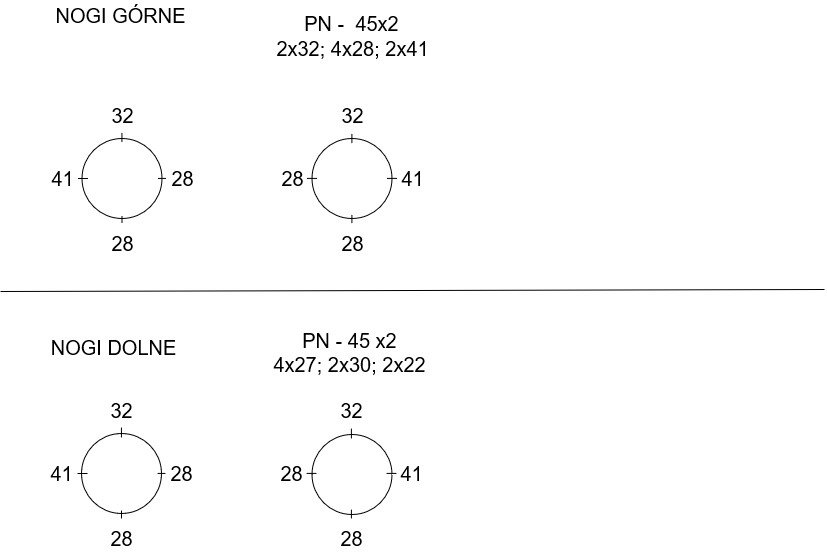
The draw.io diagram Diagram bez tytułu5.png in adamski83/sklep, before a commit. Source tidied: cells renumbered, new cells last; positions are measured from the earlier drawing's top-left corner, leaving out a move shared by most shapes.
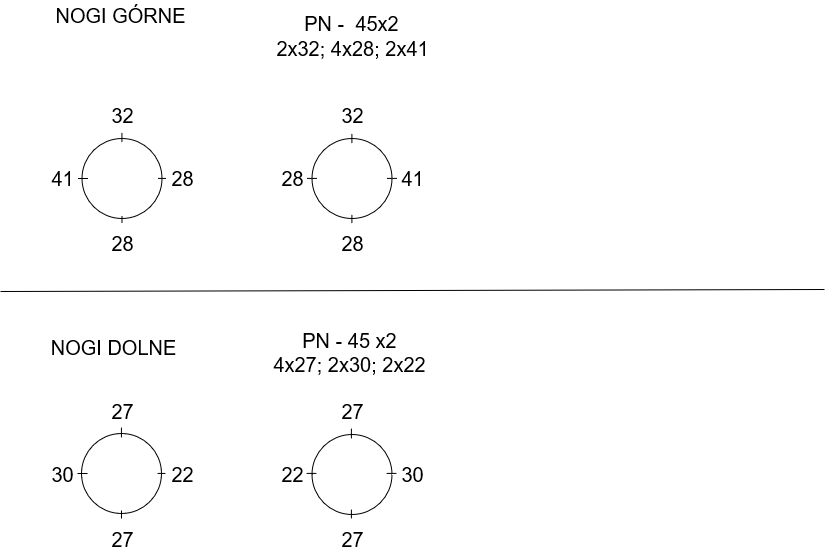
The same file after the commit.

Diff of the diagram source:
```diff
@@ -98,32 +98,32 @@
     <mxCell id="24" style="ellipse;whiteSpace=wrap;html=1;rounded=0;sketch=0;strokeColor=#000000;strokeWidth=1;fillColor=none;fontSize=20;" parent="1" vertex="1">
       <mxGeometry x="81" y="433" width="80" height="80" as="geometry" />
     </mxCell>
-    <mxCell id="25" value="41" style="text;html=1;align=center;verticalAlign=middle;fontSize=20;" parent="1" vertex="1">
-      <mxGeometry x="41" y="458" width="40" height="30" as="geometry" />
+    <mxCell id="25" value="30" style="text;html=1;align=center;verticalAlign=middle;fontSize=20;" parent="1" vertex="1">
+      <mxGeometry x="45" y="459" width="33" height="29" as="geometry" />
     </mxCell>
-    <mxCell id="26" value="28" style="text;html=1;align=center;verticalAlign=middle;fontSize=20;" parent="1" vertex="1">
-      <mxGeometry x="161" y="458" width="40" height="30" as="geometry" />
+    <mxCell id="26" value="22" style="text;html=1;align=center;verticalAlign=middle;fontSize=20;" parent="1" vertex="1">
+      <mxGeometry x="165" y="459" width="33" height="29" as="geometry" />
     </mxCell>
-    <mxCell id="27" value="28" style="text;html=1;align=center;verticalAlign=middle;fontSize=20;" parent="1" vertex="1">
-      <mxGeometry x="101" y="523" width="40" height="30" as="geometry" />
+    <mxCell id="27" value="27" style="text;html=1;align=center;verticalAlign=middle;fontSize=20;" parent="1" vertex="1">
+      <mxGeometry x="105" y="524" width="33" height="29" as="geometry" />
     </mxCell>
-    <mxCell id="28" value="32" style="text;html=1;align=center;verticalAlign=middle;fontSize=20;" parent="1" vertex="1">
-      <mxGeometry x="101" y="395" width="40" height="30" as="geometry" />
+    <mxCell id="28" value="27" style="text;html=1;align=center;verticalAlign=middle;fontSize=20;" parent="1" vertex="1">
+      <mxGeometry x="105" y="396" width="33" height="29" as="geometry" />
     </mxCell>
     <mxCell id="29" style="ellipse;whiteSpace=wrap;html=1;rounded=0;sketch=0;strokeColor=#000000;strokeWidth=1;fillColor=none;fontSize=20;" parent="1" vertex="1">
       <mxGeometry x="311.5" y="434" width="80" height="80" as="geometry" />
     </mxCell>
-    <mxCell id="30" value="41" style="text;html=1;align=center;verticalAlign=middle;fontSize=20;" parent="1" vertex="1">
-      <mxGeometry x="391" y="458" width="40" height="30" as="geometry" />
+    <mxCell id="30" value="30" style="text;html=1;align=center;verticalAlign=middle;fontSize=20;" parent="1" vertex="1">
+      <mxGeometry x="395" y="459" width="33" height="29" as="geometry" />
     </mxCell>
-    <mxCell id="31" value="28" style="text;html=1;align=center;verticalAlign=middle;fontSize=20;" parent="1" vertex="1">
-      <mxGeometry x="271" y="458" width="40" height="30" as="geometry" />
+    <mxCell id="31" value="22" style="text;html=1;align=center;verticalAlign=middle;fontSize=20;" parent="1" vertex="1">
+      <mxGeometry x="275" y="459" width="33" height="29" as="geometry" />
     </mxCell>
-    <mxCell id="32" value="28" style="text;html=1;align=center;verticalAlign=middle;fontSize=20;" parent="1" vertex="1">
-      <mxGeometry x="331" y="523" width="40" height="30" as="geometry" />
+    <mxCell id="32" value="27" style="text;html=1;align=center;verticalAlign=middle;fontSize=20;" parent="1" vertex="1">
+      <mxGeometry x="335" y="524" width="33" height="29" as="geometry" />
     </mxCell>
-    <mxCell id="33" value="32" style="text;html=1;align=center;verticalAlign=middle;fontSize=20;" parent="1" vertex="1">
-      <mxGeometry x="331" y="395" width="40" height="30" as="geometry" />
+    <mxCell id="33" value="27" style="text;html=1;align=center;verticalAlign=middle;fontSize=20;" parent="1" vertex="1">
+      <mxGeometry x="335" y="396" width="33" height="29" as="geometry" />
     </mxCell>
     <mxCell id="34" style="endArrow=none;html=1;strokeColor=#000000;strokeWidth=1;fontSize=20;" parent="1" edge="1">
       <mxGeometry relative="1" as="geometry">
```
